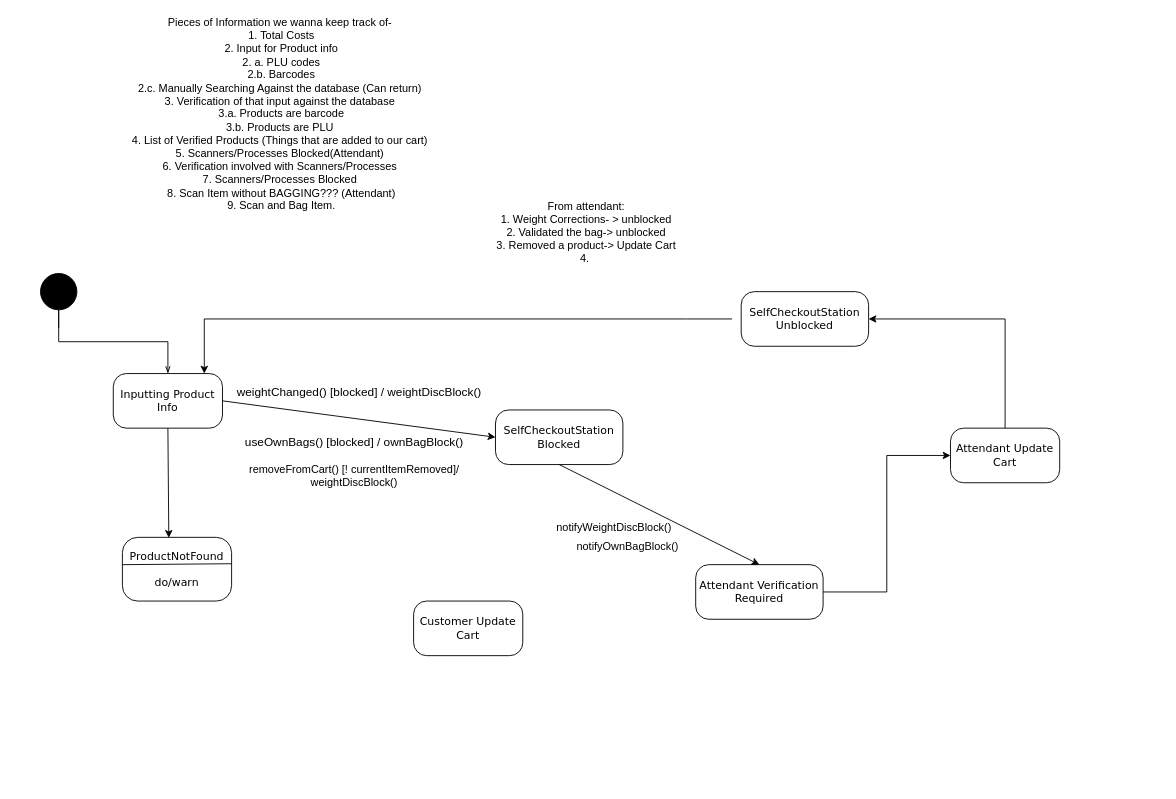
adam-25/Self-Checkout-System keeps this draw.io diagram as page "Scanning/Bagging" (2 of 3) of Diagrams/StateDiagrams/Untitled Diagram.drawio. Above is the earlier version. Source tidied: cells renumbered, new cells numbered last; positions are measured from the earlier drawing's top-left corner, leaving out a move shared by most shapes. Both pictures are drawn from the tidied source at 91%, with x=0, y=0 at pixel (31, 27).
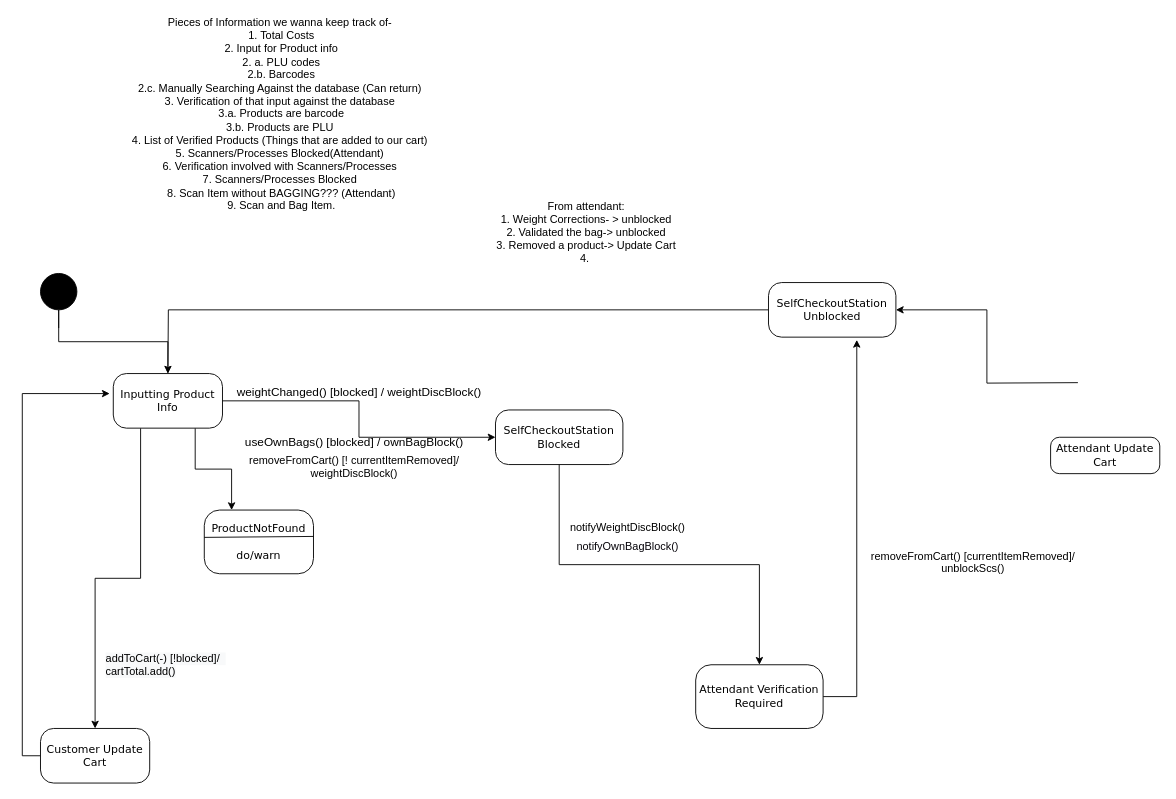
After the change.

The change refers to these unchanged cells:
```xml
<mxCell id="5" value="SelfCheckoutStation Blocked" style="rounded=1;whiteSpace=wrap;html=1;arcSize=24;shadow=0;comic=0;labelBackgroundColor=none;fontFamily=Verdana;fontSize=12;align=center;" parent="1" vertex="1">
  <mxGeometry x="510" y="420" width="140" height="60" as="geometry" />
</mxCell>
<mxCell id="7" value="Inputting Product Info" style="rounded=1;whiteSpace=wrap;html=1;arcSize=24;shadow=0;comic=0;labelBackgroundColor=none;fontFamily=Verdana;fontSize=12;align=center;" parent="1" vertex="1">
  <mxGeometry x="90" y="380" width="120" height="60" as="geometry" />
</mxCell>
```

The edit, as a diff of the source:
```diff
@@
-    <mxCell id="2" style="edgeStyle=orthogonalEdgeStyle;rounded=0;jettySize=auto;html=1;exitX=0.5;exitY=0;exitDx=0;exitDy=0;entryX=1;entryY=0.5;entryDx=0;entryDy=0;fontColor=#06040A;" parent="1" edge="1" source="3" target="14">
-      <mxGeometry relative="1" as="geometry" />
+    <mxCell id="2" style="edgeStyle=orthogonalEdgeStyle;rounded=0;jettySize=auto;html=1;entryX=1;entryY=0.5;entryDx=0;entryDy=0;fontColor=#06040A;" parent="1" edge="1" target="14">
+      <mxGeometry relative="1" as="geometry">
+        <mxPoint x="1150" y="390" as="sourcePoint" />
+      </mxGeometry>
     </mxCell>
     <mxCell id="3" value="Attendant Update Cart" style="rounded=1;whiteSpace=wrap;html=1;arcSize=24;shadow=0;comic=0;labelBackgroundColor=none;fontFamily=Verdana;fontSize=12;align=center;" parent="1" vertex="1">
-      <mxGeometry x="1010" y="440" width="120" height="60" as="geometry" />
+      <mxGeometry x="1120" y="450" width="120" height="40" as="geometry" />
     </mxCell>
     <mxCell id="4" value="&lt;div&gt;&lt;span&gt;&lt;font style=&quot;font-size: 12px&quot;&gt;ProductNotFound&lt;/font&gt;&lt;/span&gt;&lt;/div&gt;&lt;div&gt;&lt;span&gt;&lt;font style=&quot;font-size: 12px&quot;&gt;&lt;br&gt;&lt;/font&gt;&lt;/span&gt;&lt;/div&gt;&lt;div&gt;&lt;span&gt;&lt;font style=&quot;font-size: 12px&quot;&gt;do/warn&lt;/font&gt;&lt;/span&gt;&lt;/div&gt;" style="rounded=1;whiteSpace=wrap;html=1;arcSize=24;shadow=0;comic=0;labelBackgroundColor=none;fontFamily=Verdana;fontSize=12;align=center;" parent="1" vertex="1">
-      <mxGeometry x="100" y="560" width="120" height="70" as="geometry" />
+      <mxGeometry x="190" y="530" width="120" height="70" as="geometry" />
     </mxCell>
@@
+    <mxCell id="11" style="edgeStyle=orthogonalEdgeStyle;rounded=0;jettySize=auto;html=1;exitX=0.75;exitY=1;exitDx=0;exitDy=0;entryX=0.25;entryY=0;entryDx=0;entryDy=0;fontColor=#000000;" parent="1" edge="1" source="7" target="4">
+      <mxGeometry relative="1" as="geometry" />
+    </mxCell>
+    <mxCell id="25" style="edgeStyle=orthogonalEdgeStyle;rounded=0;jettySize=auto;html=1;exitX=0.25;exitY=1;exitDx=0;exitDy=0;entryX=0.5;entryY=0;entryDx=0;entryDy=0;fontColor=#000000;" parent="1" edge="1" source="7" target="20">
+      <mxGeometry relative="1" as="geometry" />
+    </mxCell>
@@
-    <mxCell id="11" style="endArrow=classic;html=1;rounded=0;fontSize=13;exitX=0.5;exitY=1;exitDx=0;exitDy=0;entryX=0.425;entryY=0.007;entryDx=0;entryDy=0;entryPerimeter=0;" parent="1" edge="1" source="7" target="4">
-      <mxGeometry relative="1" as="geometry" />
-    </mxCell>
-    <mxCell id="12" style="edgeStyle=orthogonalEdgeStyle;rounded=0;jettySize=auto;html=1;exitX=1;exitY=0.5;exitDx=0;exitDy=0;entryX=0;entryY=0.5;entryDx=0;entryDy=0;fontColor=#06040A;" parent="1" edge="1" source="13" target="3">
+    <mxCell id="12" style="edgeStyle=orthogonalEdgeStyle;rounded=0;jettySize=auto;html=1;exitX=1;exitY=0.5;exitDx=0;exitDy=0;fontColor=#06040A;entryX=0.693;entryY=1.05;entryDx=0;entryDy=0;entryPerimeter=0;" parent="1" edge="1" source="13" target="14">
       <mxGeometry relative="1" as="geometry" />
     </mxCell>
     <mxCell id="13" value="Attendant Verification Required" style="rounded=1;whiteSpace=wrap;html=1;arcSize=24;shadow=0;comic=0;labelBackgroundColor=none;fontFamily=Verdana;fontSize=12;align=center;" parent="1" vertex="1">
-      <mxGeometry x="730" y="590" width="140" height="60" as="geometry" />
+      <mxGeometry x="730" y="700" width="140" height="70" as="geometry" />
     </mxCell>
+    <mxCell id="26" style="edgeStyle=orthogonalEdgeStyle;rounded=0;jettySize=auto;html=1;exitX=0;exitY=0.5;exitDx=0;exitDy=0;fontColor=#000000;" parent="1" edge="1" source="14">
+      <mxGeometry relative="1" as="geometry">
+        <mxPoint x="150" y="380" as="targetPoint" />
+      </mxGeometry>
+    </mxCell>
     <mxCell id="14" value="SelfCheckoutStation Unblocked" style="rounded=1;whiteSpace=wrap;html=1;arcSize=24;shadow=0;comic=0;labelBackgroundColor=none;fontFamily=Verdana;fontSize=12;align=center;" parent="1" vertex="1">
-      <mxGeometry x="780" y="290" width="140" height="60" as="geometry" />
+      <mxGeometry x="810" y="280" width="140" height="60" as="geometry" />
     </mxCell>
-    <mxCell id="15" style="endArrow=classic;html=1;rounded=0;fontSize=13;exitX=1;exitY=0.5;exitDx=0;exitDy=0;entryX=0;entryY=0.5;entryDx=0;entryDy=0;" parent="1" edge="1" source="7" target="5">
+    <mxCell id="15" style="endArrow=classic;html=1;rounded=0;fontSize=13;exitX=1;exitY=0.5;exitDx=0;exitDy=0;entryX=0;entryY=0.5;entryDx=0;entryDy=0;edgeStyle=orthogonalEdgeStyle;" parent="1" edge="1" source="7" target="5">
       <mxGeometry relative="1" as="geometry" />
     </mxCell>
-    <mxCell id="16" style="endArrow=classic;html=1;rounded=0;fontSize=13;exitX=0.5;exitY=1;exitDx=0;exitDy=0;entryX=0.5;entryY=0;entryDx=0;entryDy=0;" parent="1" edge="1" source="5" target="13">
+    <mxCell id="16" style="endArrow=classic;html=1;rounded=0;fontSize=13;exitX=0.5;exitY=1;exitDx=0;exitDy=0;entryX=0.5;entryY=0;entryDx=0;entryDy=0;edgeStyle=orthogonalEdgeStyle;" parent="1" edge="1" source="5" target="13">
       <mxGeometry relative="1" as="geometry" />
     </mxCell>
-    <mxCell id="17" style="endArrow=classic;html=1;rounded=0;fontSize=13;" parent="1" edge="1">
-      <mxGeometry relative="1" as="geometry">
-        <mxPoint x="770" y="320" as="sourcePoint" />
-        <mxPoint x="190" y="380" as="targetPoint" />
-        <Array as="points">
-          <mxPoint x="720" y="320" />
-          <mxPoint x="190" y="320" />
-        </Array>
-      </mxGeometry>
-    </mxCell>
@@
+    <mxCell id="27" style="edgeStyle=orthogonalEdgeStyle;rounded=0;jettySize=auto;html=1;exitX=0;exitY=0.5;exitDx=0;exitDy=0;fontColor=#000000;entryX=-0.033;entryY=0.367;entryDx=0;entryDy=0;entryPerimeter=0;" parent="1" edge="1" source="20" target="7">
+      <mxGeometry relative="1" as="geometry">
+        <Array as="points">
+          <mxPoint x="-10" y="800" />
+          <mxPoint x="-10" y="402" />
+        </Array>
+      </mxGeometry>
+    </mxCell>
     <mxCell id="20" value="Customer Update Cart" style="rounded=1;whiteSpace=wrap;html=1;arcSize=24;shadow=0;comic=0;labelBackgroundColor=none;fontFamily=Verdana;fontSize=12;align=center;" parent="1" vertex="1">
-      <mxGeometry x="420" y="630" width="120" height="60" as="geometry" />
+      <mxGeometry x="10" y="770" width="120" height="60" as="geometry" />
     </mxCell>
@@
     <mxCell id="22" value="removeFromCart() [! currentItemRemoved]/&lt;br&gt;weightDiscBlock()&lt;br&gt;&amp;nbsp;" style="text;html=1;strokeColor=none;fillColor=none;align=center;verticalAlign=middle;whiteSpace=wrap;rounded=0;" parent="1" vertex="1">
-      <mxGeometry x="230" y="480" width="250" height="40" as="geometry" />
+      <mxGeometry x="230" y="470" width="250" height="40" as="geometry" />
     </mxCell>
     <mxCell id="23" value="&lt;span style=&quot;font-family: , , &amp;#34;sf mono&amp;#34; , &amp;#34;menlo&amp;#34; , &amp;#34;consolas&amp;#34; , &amp;#34;liberation mono&amp;#34; , monospace ; background-color: rgb(255 , 255 , 255)&quot;&gt;notifyWeightDiscBlock()&lt;/span&gt;" style="text;html=1;align=center;verticalAlign=middle;strokeColor=none;fillColor=none;" parent="1" vertex="1">
-      <mxGeometry x="570" y="540" width="140" height="20" as="geometry" />
+      <mxGeometry x="585" y="540" width="140" height="20" as="geometry" />
     </mxCell>
@@
+    <mxCell id="28" value="&lt;span style=&quot;color: rgb(0 , 0 , 0) ; font-family: &amp;#34;helvetica&amp;#34; ; font-size: 12px ; font-style: normal ; font-weight: 400 ; letter-spacing: normal ; text-align: left ; text-indent: 0px ; text-transform: none ; word-spacing: 0px ; background-color: rgb(248 , 249 , 250) ; display: inline ; float: none&quot;&gt;addToCart(-) [!blocked]/&amp;nbsp;&amp;nbsp;&lt;br&gt;cartTotal.add()&lt;br&gt;&lt;/span&gt;" style="text;whiteSpace=wrap;html=1;fontColor=#000000;" parent="1" vertex="1">
+      <mxGeometry x="80" y="680" width="180" height="30" as="geometry" />
+    </mxCell>
+    <mxCell id="29" value="removeFromCart() [currentItemRemoved]/&lt;br&gt;unblockScs()&lt;br&gt;&amp;nbsp;" style="text;html=1;strokeColor=none;fillColor=none;align=center;verticalAlign=middle;whiteSpace=wrap;rounded=0;" parent="1" vertex="1">
+      <mxGeometry x="910" y="575" width="250" height="40" as="geometry" />
+    </mxCell>
```
